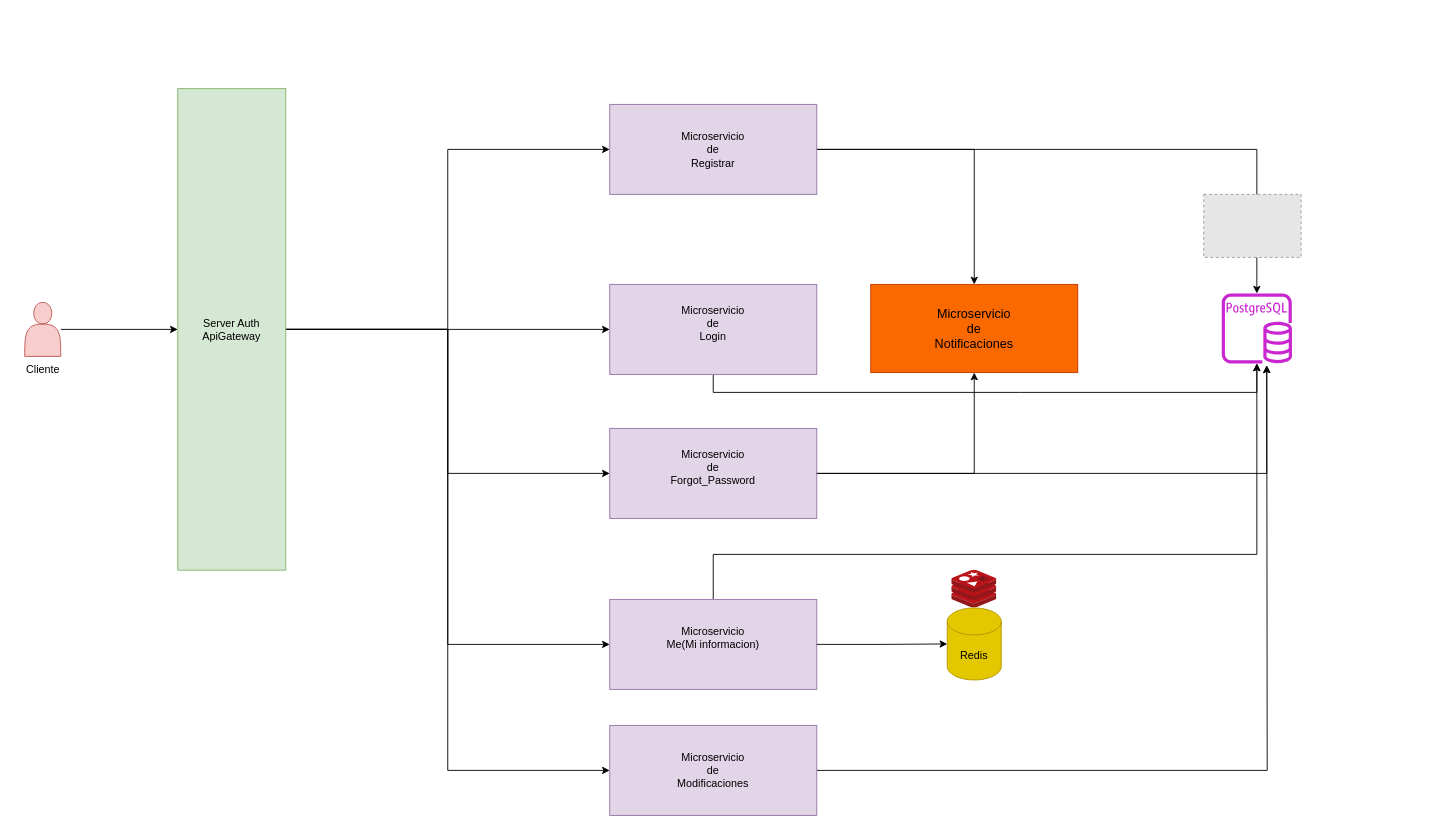
Above: Diagrama sin título.drawio in Bymatt10/backend-everything-now-pro (draw.io), before the change. Source tidied: cells renumbered, new cells numbered last; positions are measured from the earlier drawing's top-left corner, leaving out a move shared by most shapes. Both pictures are drawn from the tidied source at 90%, with x=0, y=0 at pixel (15, 88). Pictures stored in the file or linked from it are replaced by grey dashed boxes.
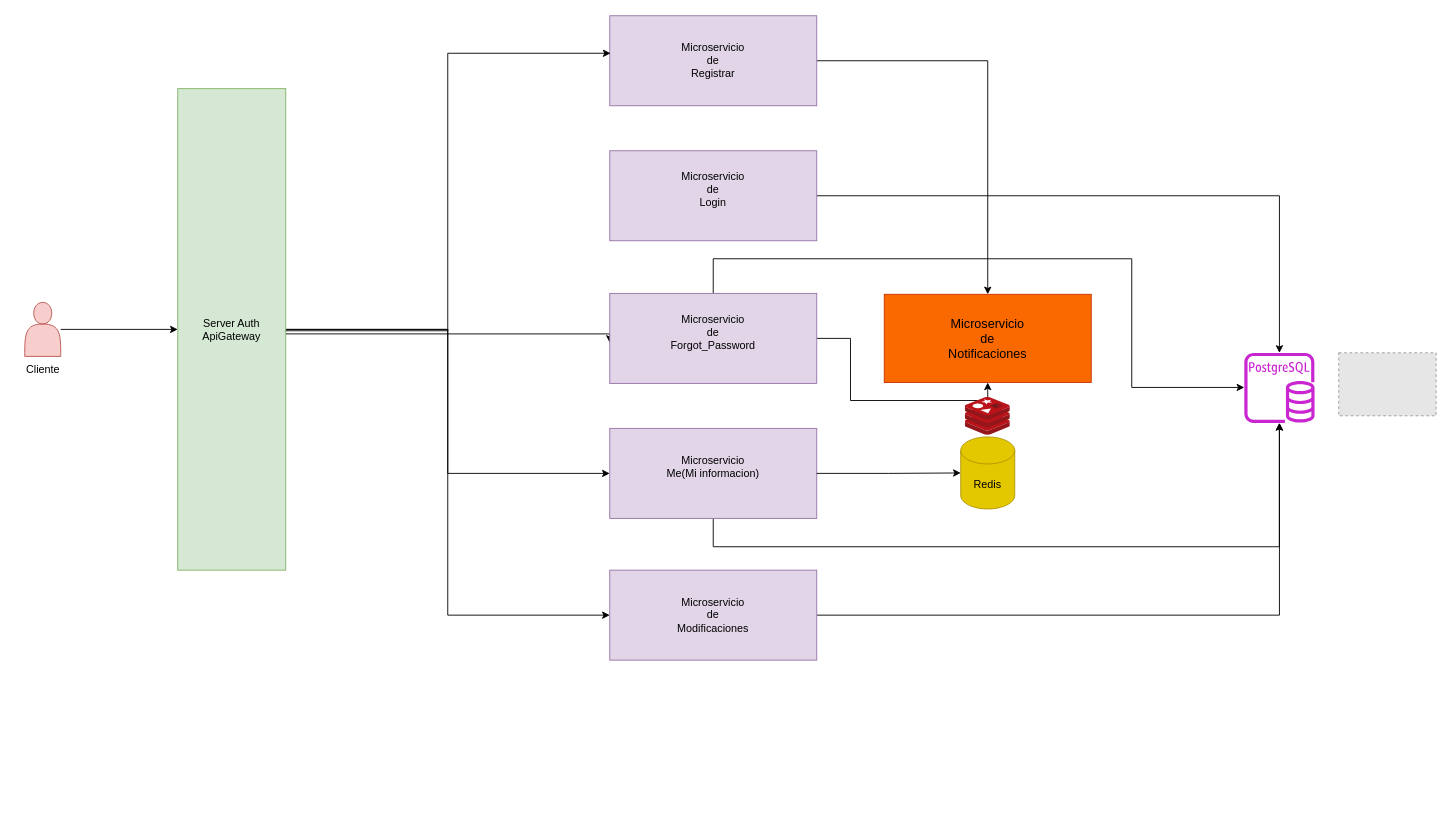
Above is the later version.

Commit message:
Fix:Design Arqui User v1.1.drawio

The change refers to these unchanged cells:
```xml
<mxCell id="9" value="Server Auth&lt;div&gt;ApiGateway&lt;/div&gt;" style="rounded=0;whiteSpace=wrap;html=1;fillColor=#d5e8d4;strokeColor=#82b366;" parent="1" vertex="1">
  <mxGeometry x="180" width="120" height="535" as="geometry" />
</mxCell>
```

Change to the diagram source:
```diff
@@
-    <mxCell id="4" style="edgeStyle=orthogonalEdgeStyle;rounded=0;jettySize=auto;html=1;" parent="1" edge="1" source="9" target="17">
-      <mxGeometry relative="1" as="geometry" />
+    <mxCell id="4" style="edgeStyle=orthogonalEdgeStyle;rounded=0;orthogonalLoop=1;jettySize=auto;html=1;" parent="1" edge="1">
+      <mxGeometry relative="1" as="geometry">
+        <mxPoint x="300" y="272.5" as="sourcePoint" />
+        <mxPoint x="660" y="282.5" as="targetPoint" />
+        <Array as="points">
+          <mxPoint x="660" y="273" />
+        </Array>
+      </mxGeometry>
     </mxCell>
-    <mxCell id="5" style="edgeStyle=orthogonalEdgeStyle;rounded=0;jettySize=auto;html=1;entryX=0;entryY=0.5;entryDx=0;entryDy=0;" parent="1" edge="1" source="9" target="13">
-      <mxGeometry relative="1" as="geometry" />
-    </mxCell>
-    <mxCell id="6" style="edgeStyle=orthogonalEdgeStyle;rounded=0;jettySize=auto;html=1;entryX=0;entryY=0.5;entryDx=0;entryDy=0;" parent="1" edge="1" source="9" target="15">
-      <mxGeometry relative="1" as="geometry" />
-    </mxCell>
-    <mxCell id="7" style="edgeStyle=orthogonalEdgeStyle;rounded=0;jettySize=auto;html=1;entryX=0;entryY=0.5;entryDx=0;entryDy=0;" parent="1" edge="1" source="9" target="20">
+    <mxCell id="7" style="edgeStyle=orthogonalEdgeStyle;rounded=0;jettySize=auto;html=1;" parent="1" edge="1" source="9" target="20">
       <mxGeometry relative="1" as="geometry" />
     </mxCell>
@@
-    <mxCell id="11" style="edgeStyle=orthogonalEdgeStyle;rounded=0;jettySize=auto;html=1;" parent="1" edge="1" source="13" target="24">
-      <mxGeometry relative="1" as="geometry" />
-    </mxCell>
@@
     <mxCell id="13" value="Microservicio&lt;div&gt;de&lt;/div&gt;&lt;div&gt;Registrar&lt;/div&gt;" style="rounded=0;whiteSpace=wrap;html=1;fillColor=#e1d5e7;strokeColor=#9673a6;" parent="1" vertex="1">
-      <mxGeometry x="660" y="17.5" width="230" height="100" as="geometry" />
+      <mxGeometry x="660" y="-81" width="230" height="100" as="geometry" />
     </mxCell>
     <mxCell id="14" style="edgeStyle=orthogonalEdgeStyle;rounded=0;jettySize=auto;html=1;" parent="1" edge="1" source="15" target="24">
-      <mxGeometry relative="1" as="geometry">
-        <Array as="points">
-          <mxPoint x="1115" y="337.5" />
-          <mxPoint x="1115" y="337.5" />
-        </Array>
-      </mxGeometry>
+      <mxGeometry relative="1" as="geometry" />
     </mxCell>
     <mxCell id="15" value="Microservicio&lt;div&gt;de&lt;/div&gt;&lt;div&gt;Login&lt;/div&gt;&lt;div&gt;&lt;br&gt;&lt;/div&gt;" style="rounded=0;whiteSpace=wrap;html=1;fillColor=#e1d5e7;strokeColor=#9673a6;" parent="1" vertex="1">
-      <mxGeometry x="660" y="217.5" width="230" height="100" as="geometry" />
+      <mxGeometry x="660" y="69" width="230" height="100" as="geometry" />
     </mxCell>
@@
+    <mxCell id="28" style="edgeStyle=orthogonalEdgeStyle;rounded=0;jettySize=auto;html=1;" parent="1" edge="1" source="17" target="24">
+      <mxGeometry relative="1" as="geometry">
+        <Array as="points">
+          <mxPoint x="775" y="189" />
+          <mxPoint x="1240" y="189" />
+          <mxPoint x="1240" y="332" />
+        </Array>
+      </mxGeometry>
+    </mxCell>
     <mxCell id="17" value="Microservicio&lt;div&gt;de&lt;/div&gt;&lt;div&gt;Forgot_Password&lt;/div&gt;&lt;div&gt;&lt;br&gt;&lt;/div&gt;" style="rounded=0;whiteSpace=wrap;html=1;fillColor=#e1d5e7;strokeColor=#9673a6;" parent="1" vertex="1">
-      <mxGeometry x="660" y="377.5" width="230" height="100" as="geometry" />
+      <mxGeometry x="660" y="227.5" width="230" height="100" as="geometry" />
     </mxCell>
     <mxCell id="18" value="&lt;font style=&quot;font-size: 14px;&quot;&gt;Microservicio&lt;/font&gt;&lt;div style=&quot;font-size: 14px;&quot;&gt;&lt;font style=&quot;font-size: 14px;&quot;&gt;de&lt;/font&gt;&lt;/div&gt;&lt;div style=&quot;font-size: 14px;&quot;&gt;&lt;font style=&quot;font-size: 14px;&quot;&gt;Notificaciones&lt;/font&gt;&lt;/div&gt;" style="rounded=0;whiteSpace=wrap;html=1;fillColor=#fa6800;fontColor=#000000;strokeColor=#C73500;" parent="1" vertex="1">
-      <mxGeometry x="950" y="217.5" width="230" height="98" as="geometry" />
+      <mxGeometry x="965" y="228.5" width="230" height="98" as="geometry" />
     </mxCell>
     <mxCell id="19" style="edgeStyle=orthogonalEdgeStyle;rounded=0;jettySize=auto;html=1;" parent="1" edge="1" source="20" target="24">
       <mxGeometry relative="1" as="geometry">
         <Array as="points">
-          <mxPoint x="775" y="517.5" />
-          <mxPoint x="1379" y="517.5" />
+          <mxPoint x="775" y="509" />
+          <mxPoint x="1404" y="509" />
         </Array>
       </mxGeometry>
     </mxCell>
     <mxCell id="20" value="Microservicio&lt;div&gt;Me(Mi informacion)&lt;/div&gt;&lt;div&gt;&lt;br&gt;&lt;/div&gt;" style="rounded=0;whiteSpace=wrap;html=1;fillColor=#e1d5e7;strokeColor=#9673a6;" parent="1" vertex="1">
-      <mxGeometry x="660" y="567.5" width="230" height="100" as="geometry" />
+      <mxGeometry x="660" y="377.5" width="230" height="100" as="geometry" />
     </mxCell>
     <mxCell id="21" style="image;sketch=0;html=1;align=center;fontSize=12;image=img/lib/mscae/Cache_Redis_Product.svg;" parent="1" vertex="1">
-      <mxGeometry x="1040" y="535" width="50" height="42" as="geometry" />
+      <mxGeometry x="1055" y="343" width="50" height="42" as="geometry" />
     </mxCell>
     <mxCell id="22" value="Redis" style="shape=cylinder3;whiteSpace=wrap;html=1;boundedLbl=1;backgroundOutline=1;size=15;fillColor=#e3c800;fontColor=#000000;strokeColor=#B09500;" parent="1" vertex="1">
-      <mxGeometry x="1035" y="577" width="60" height="80" as="geometry" />
+      <mxGeometry x="1050" y="387" width="60" height="80" as="geometry" />
     </mxCell>
@@
     <mxCell id="24" style="sketch=0;outlineConnect=0;fontColor=#232F3E;gradientColor=none;fillColor=#C925D1;strokeColor=none;dashed=0;verticalLabelPosition=bottom;verticalAlign=top;align=center;html=1;fontSize=12;fontStyle=0;shape=mxgraph.aws4.rds_postgresql_instance;" parent="1" vertex="1">
-      <mxGeometry x="1340" y="227.5" width="78" height="78" as="geometry" />
+      <mxGeometry x="1365.1" y="293.5" width="78" height="78" as="geometry" />
     </mxCell>
-    <mxCell id="25" style="edgeStyle=orthogonalEdgeStyle;rounded=0;jettySize=auto;html=1;" parent="1" edge="1" source="26">
-      <mxGeometry relative="1" as="geometry">
-        <mxPoint x="1390" y="307.5" as="targetPoint" />
-      </mxGeometry>
-    </mxCell>
+    <mxCell id="29" style="edgeStyle=orthogonalEdgeStyle;rounded=0;jettySize=auto;html=1;" parent="1" edge="1" source="26" target="24">
+      <mxGeometry relative="1" as="geometry" />
+    </mxCell>
     <mxCell id="26" value="&lt;div&gt;Microservicio&lt;/div&gt;&lt;div&gt;de&lt;/div&gt;&lt;div&gt;Modificaciones&lt;/div&gt;" style="rounded=0;whiteSpace=wrap;html=1;fillColor=#e1d5e7;strokeColor=#9673a6;" parent="1" vertex="1">
-      <mxGeometry x="660" y="707.5" width="230" height="100" as="geometry" />
+      <mxGeometry x="660" y="535" width="230" height="100" as="geometry" />
     </mxCell>
     <mxCell id="27" style="fillColor=#E6E6E6;strokeColor=#999999;dashed=1;verticalLabelPosition=bottom;labelBackgroundColor=default;verticalAlign=top;" parent="1" vertex="1">
-      <mxGeometry x="1320" y="117.5" width="108.2" height="70" as="geometry" />
+      <mxGeometry x="1470" y="293.5" width="108.2" height="70" as="geometry" />
     </mxCell>
-    <mxCell id="28" style="edgeStyle=orthogonalEdgeStyle;rounded=0;jettySize=auto;html=1;entryX=0.641;entryY=1.027;entryDx=0;entryDy=0;entryPerimeter=0;" parent="1" edge="1" source="17" target="24">
-      <mxGeometry relative="1" as="geometry" />
-    </mxCell>
+    <mxCell id="5" style="edgeStyle=orthogonalEdgeStyle;rounded=0;jettySize=auto;html=1;entryX=0.004;entryY=0.417;entryDx=0;entryDy=0;entryPerimeter=0;" parent="1" edge="1" source="9" target="13">
+      <mxGeometry relative="1" as="geometry">
+        <Array as="points">
+          <mxPoint x="480" y="269" />
+          <mxPoint x="480" y="-39" />
+        </Array>
+      </mxGeometry>
+    </mxCell>
```
